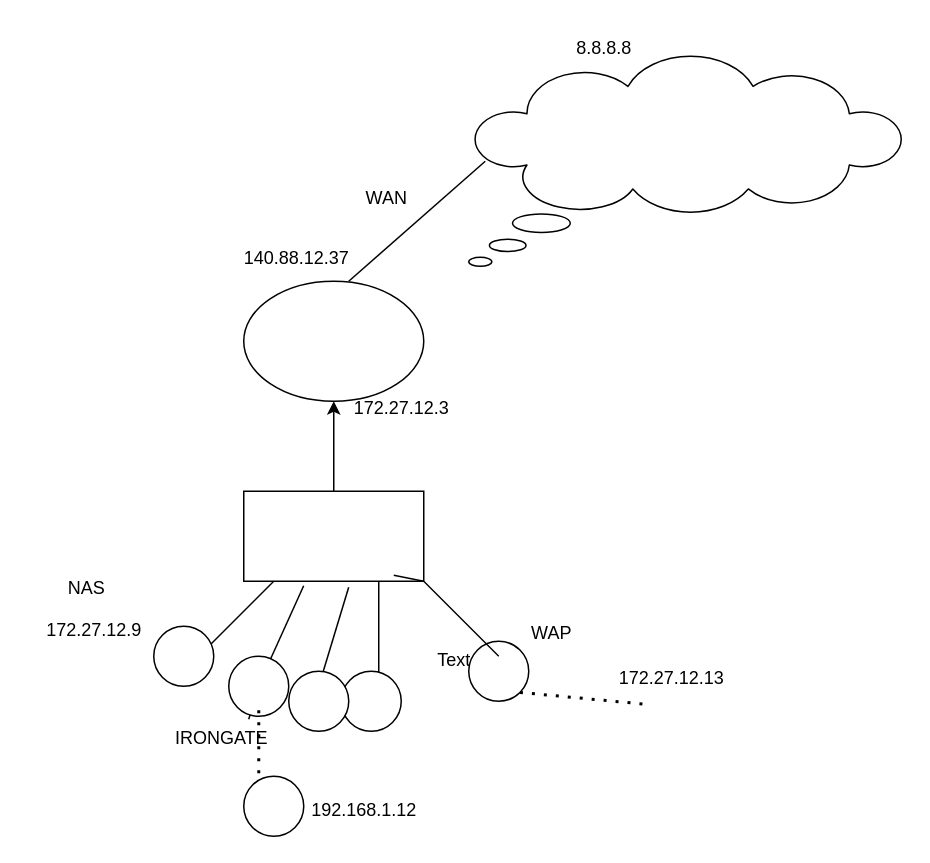
This is Untitled Diagram.drawio from geohop/netops, a draw.io file, before an edit. Source tidied: cells renumbered, new cells numbered last; positions are measured from the earlier drawing's top-left corner, leaving out a move shared by most shapes. Both pictures are drawn from the tidied source at 150%, with x=0, y=0 at pixel (26, 26).
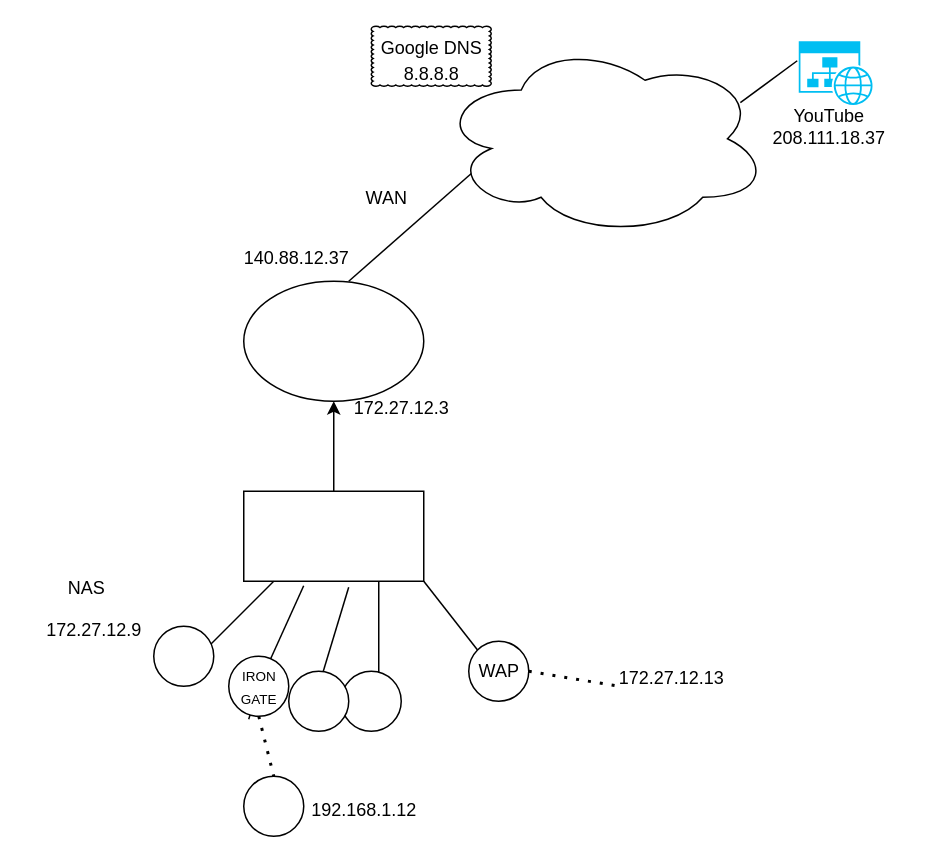
The same diagram, later.

Commit message:
Kayla Lesson 1 - Interfaces.drawio

Unchanged cells that the change refers to:
```xml
<mxCell id="4" style="rounded=0;whiteSpace=wrap;html=1;" parent="1" vertex="1">
  <mxGeometry x="145" y="310" width="120" height="60" as="geometry" />
</mxCell>
<mxCell id="12" style="ellipse;whiteSpace=wrap;html=1;" parent="1" vertex="1">
  <mxGeometry x="135" y="420" width="40" height="40" as="geometry" />
</mxCell>
<mxCell id="15" style="ellipse;whiteSpace=wrap;html=1;" parent="1" vertex="1">
  <mxGeometry x="295" y="410" width="40" height="40" as="geometry" />
</mxCell>
<mxCell id="25" value="172.27.12.13" style="text;html=1;align=center;verticalAlign=middle;points=[];strokeColor=none;fillColor=none;" parent="1" vertex="1">
  <mxGeometry x="385" y="420" width="90" height="30" as="geometry" />
</mxCell>
<mxCell id="31" style="ellipse;whiteSpace=wrap;html=1;" parent="1" vertex="1">
  <mxGeometry x="145" y="500" width="40" height="40" as="geometry" />
</mxCell>
```

Change to the diagram source:
```diff
@@
-    <mxCell id="6" style="endArrow=none;html=1;rounded=0;" parent="1" edge="1">
-      <mxGeometry relative="1" as="geometry">
-        <mxPoint x="245" y="366" as="sourcePoint" />
-        <mxPoint x="265" y="370" as="targetPoint" />
-      </mxGeometry>
-    </mxCell>
@@
-    <mxCell id="16" style="whiteSpace=wrap;html=1;shape=mxgraph.basic.cloud_callout;" parent="1" vertex="1">
-      <mxGeometry x="295" y="20" width="290" height="140" as="geometry" />
-    </mxCell>
-    <mxCell id="17" style="endArrow=none;html=1;rounded=0;entryX=0.038;entryY=0.5;entryDx=0;entryDy=0;entryPerimeter=0;" parent="1" edge="1" target="16">
+    <mxCell id="17" style="endArrow=none;html=1;rounded=0;entryX=0.038;entryY=0.5;entryDx=0;entryDy=0;entryPerimeter=0;" parent="1" edge="1">
       <mxGeometry relative="1" as="geometry">
         <mxPoint x="215" y="170" as="sourcePoint" />
+        <mxPoint x="306" y="90" as="targetPoint" />
       </mxGeometry>
     </mxCell>
-    <mxCell id="18" value="8.8.8.8" style="text;html=1;align=center;verticalAlign=middle;strokeColor=none;fillColor=none;" parent="1" vertex="1">
-      <mxGeometry x="355" width="60" height="30" as="geometry" />
-    </mxCell>
@@
     <mxCell id="21" value="WAP" style="text;html=1;align=center;verticalAlign=middle;strokeColor=none;fillColor=none;" parent="1" vertex="1">
-      <mxGeometry x="325" y="390" width="50" height="30" as="geometry" />
+      <mxGeometry x="290" y="415" width="50" height="30" as="geometry" />
     </mxCell>
-    <mxCell id="22" style="endArrow=none;html=1;rounded=0;entryX=1;entryY=1;entryDx=0;entryDy=0;" parent="1" edge="1" target="4">
-      <mxGeometry relative="1" as="geometry">
-        <mxPoint x="315" y="420" as="sourcePoint" />
-      </mxGeometry>
+    <mxCell id="22" style="endArrow=none;html=1;rounded=0;entryX=1;entryY=1;entryDx=0;entryDy=0;exitX=0;exitY=0;exitDx=0;exitDy=0;" parent="1" edge="1" source="15" target="4">
+      <mxGeometry relative="1" as="geometry" />
     </mxCell>
@@
-    <mxCell id="26" style="endArrow=none;dashed=1;html=1;dashPattern=1 3;strokeWidth=2;rounded=0;entryX=0.311;entryY=1.067;entryDx=0;entryDy=0;entryPerimeter=0;exitX=1;exitY=1;exitDx=0;exitDy=0;" parent="1" edge="1" source="15" target="25">
+    <mxCell id="26" style="endArrow=none;dashed=1;html=1;dashPattern=1 3;strokeWidth=2;rounded=0;entryX=0.111;entryY=0.667;entryDx=0;entryDy=0;entryPerimeter=0;exitX=1;exitY=0.5;exitDx=0;exitDy=0;" parent="1" edge="1" source="15" target="25">
       <mxGeometry relative="1" as="geometry" />
     </mxCell>
@@
-    <mxCell id="28" value="IRONGATE" style="text;html=1;align=center;verticalAlign=middle;points=[];strokeColor=none;fillColor=none;" parent="1" vertex="1">
-      <mxGeometry x="85" y="460" width="90" height="30" as="geometry" />
+    <mxCell id="28" value="&lt;font style=&quot;font-size: 9px;&quot;&gt;IRON&lt;/font&gt;&lt;div&gt;&lt;font style=&quot;font-size: 9px;&quot;&gt;GATE&lt;/font&gt;&lt;/div&gt;" style="text;html=1;align=center;verticalAlign=middle;points=[];strokeColor=none;fillColor=none;" parent="1" vertex="1">
+      <mxGeometry x="130" y="420" width="50" height="40" as="geometry" />
     </mxCell>
-    <mxCell id="29" value="Text" style="text;html=1;align=center;verticalAlign=middle;strokeColor=none;fillColor=none;" parent="1" vertex="1">
-      <mxGeometry x="260" y="408" width="50" height="30" as="geometry" />
-    </mxCell>
-    <mxCell id="30" style="endArrow=none;dashed=1;html=1;dashPattern=1 3;strokeWidth=2;rounded=0;exitX=0.778;exitY=-0.133;exitDx=0;exitDy=0;exitPerimeter=0;" parent="1" edge="1" source="28">
-      <mxGeometry relative="1" as="geometry">
-        <mxPoint x="155" y="518" as="targetPoint" />
-      </mxGeometry>
+    <mxCell id="30" style="endArrow=none;dashed=1;html=1;dashPattern=1 3;strokeWidth=2;rounded=0;exitX=0.5;exitY=1;exitDx=0;exitDy=0;entryX=0.5;entryY=0;entryDx=0;entryDy=0;" parent="1" edge="1" source="12" target="31">
+      <mxGeometry relative="1" as="geometry" />
     </mxCell>
@@
+    <mxCell id="33" style="ellipse;shape=cloud;whiteSpace=wrap;html=1;" parent="1" vertex="1">
+      <mxGeometry x="275" y="10" width="220" height="130" as="geometry" />
+    </mxCell>
+    <mxCell id="34" style="group;" parent="1" vertex="1">
+      <mxGeometry x="225" width="90" height="47" as="geometry" />
+    </mxCell>
+    <mxCell id="35" style="whiteSpace=wrap;html=1;shape=mxgraph.basic.cloud_rect;" parent="34" vertex="1">
+      <mxGeometry x="5" width="80" height="40" as="geometry" />
+    </mxCell>
+    <mxCell id="36" value="Google DNS" style="text;html=1;align=center;verticalAlign=middle;strokeColor=none;fillColor=none;" parent="34" vertex="1">
+      <mxGeometry width="90" height="30" as="geometry" />
+    </mxCell>
+    <mxCell id="18" value="8.8.8.8" style="text;html=1;align=center;verticalAlign=middle;strokeColor=none;fillColor=none;" parent="34" vertex="1">
+      <mxGeometry x="15" y="17" width="60" height="30" as="geometry" />
+    </mxCell>
+    <mxCell id="37" style="verticalLabelPosition=bottom;html=1;verticalAlign=top;align=center;strokeColor=none;fillColor=#00BEF2;shape=mxgraph.azure.website_generic;" parent="1" vertex="1">
+      <mxGeometry x="515" y="10" width="50" height="42.5" as="geometry" />
+    </mxCell>
+    <mxCell id="38" value="YouTube&lt;div&gt;208.111.18.37&lt;/div&gt;" style="text;html=1;align=center;verticalAlign=middle;strokeColor=none;fillColor=none;" parent="1" vertex="1">
+      <mxGeometry x="485" y="47" width="100" height="40" as="geometry" />
+    </mxCell>
+    <mxCell id="39" style="endArrow=none;html=1;rounded=0;entryX=-0.02;entryY=0.306;entryDx=0;entryDy=0;entryPerimeter=0;exitX=0.914;exitY=0.315;exitDx=0;exitDy=0;exitPerimeter=0;" parent="1" edge="1" source="33" target="37">
+      <mxGeometry relative="1" as="geometry" />
+    </mxCell>
```
